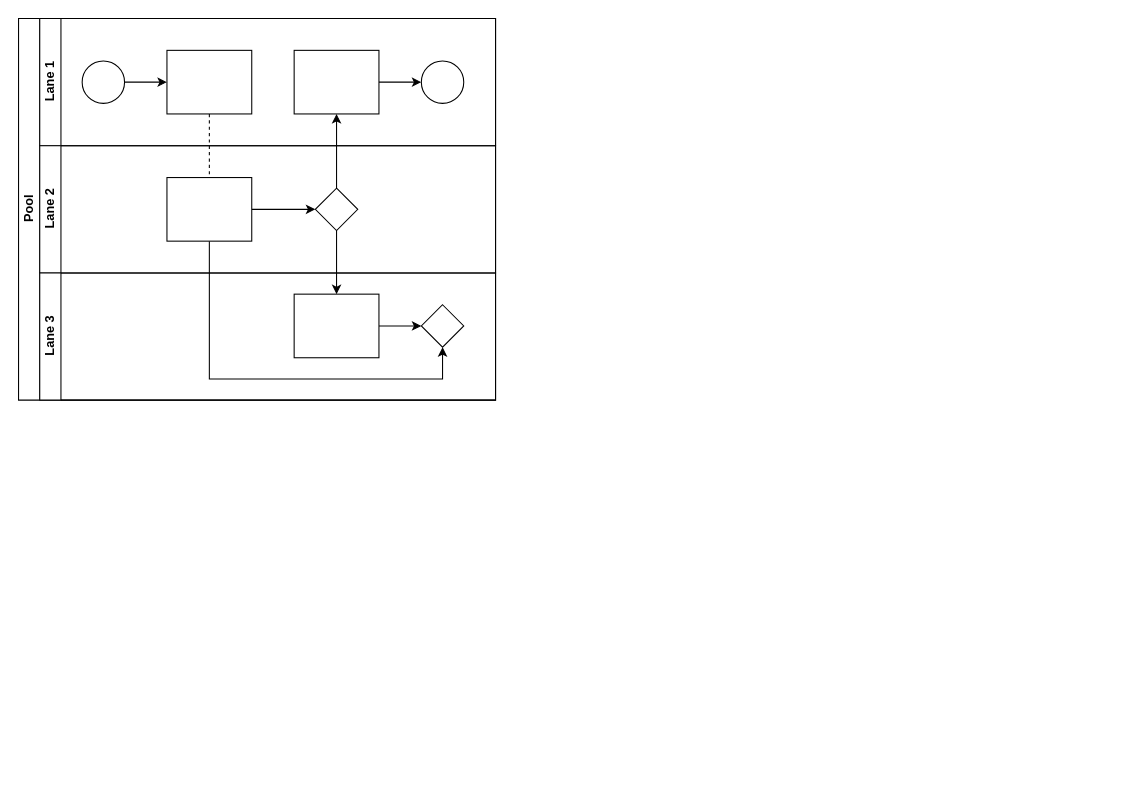
Before: documentation/Untitled Diagram.drawio in bcgov/nr-enmods-dar, a draw.io diagram. Source tidied: cells renumbered, new cells numbered last; positions are measured from the earlier drawing's top-left corner, leaving out a move shared by most shapes. Both pictures are drawn from the tidied source at 106%, with x=0, y=0 at pixel (18, 18).
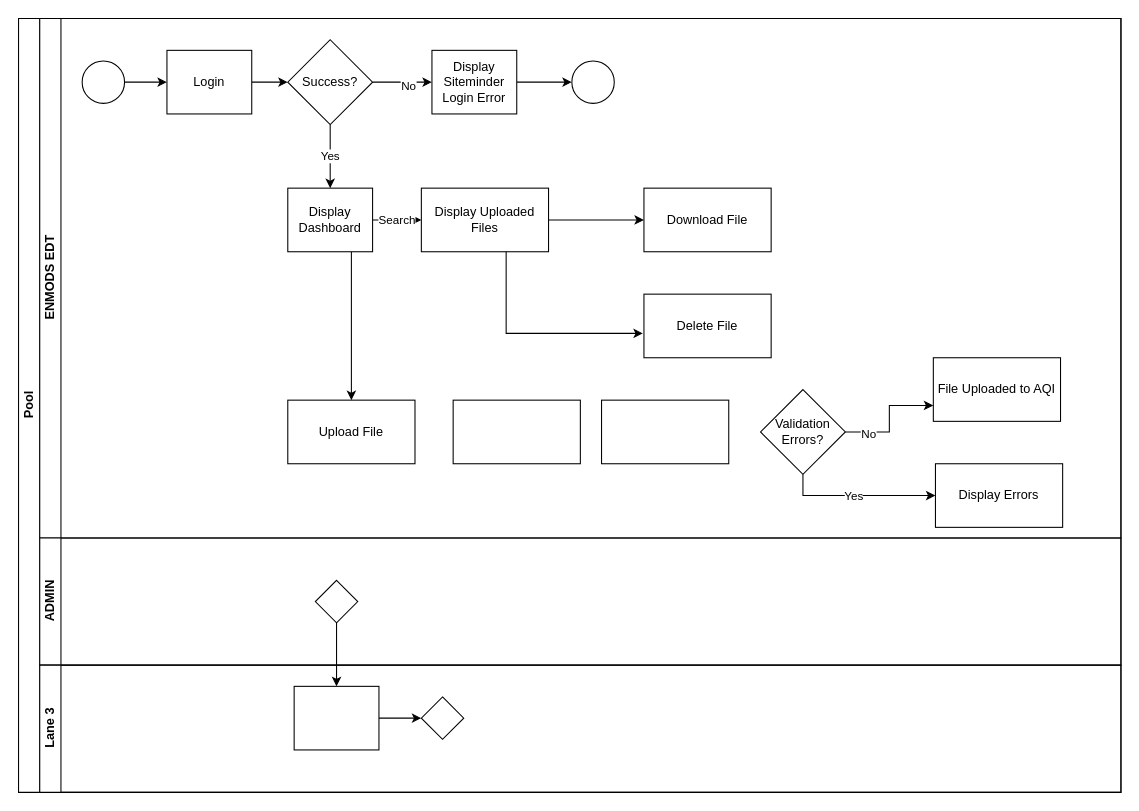
Above is the later version.

The change refers to these unchanged cells:
```xml
<mxCell id="17" style="rhombus;whiteSpace=wrap;html=1;fontFamily=Helvetica;fontSize=12;fontColor=#000000;align=center;" parent="14" vertex="1">
  <mxGeometry x="260" y="40" width="40" height="40" as="geometry" />
</mxCell>
<mxCell id="21" style="rhombus;whiteSpace=wrap;html=1;fontFamily=Helvetica;fontSize=12;fontColor=#000000;align=center;" parent="18" vertex="1">
  <mxGeometry x="360" y="30" width="40" height="40" as="geometry" />
</mxCell>
```

What changed in the source:
```diff
@@
     <mxCell id="2" value="Pool" style="swimlane;html=1;horizontal=0;startSize=20;" parent="1" vertex="1">
-      <mxGeometry width="450" height="360" as="geometry" />
+      <mxGeometry width="1040" height="730" as="geometry" />
     </mxCell>
-    <mxCell id="3" style="edgeStyle=orthogonalEdgeStyle;rounded=0;jettySize=auto;html=1;dashed=1;endArrow=none;endFill=0;" parent="2" edge="1" source="10" target="16">
-      <mxGeometry relative="1" as="geometry" />
-    </mxCell>
-    <mxCell id="4" style="edgeStyle=orthogonalEdgeStyle;rounded=0;jettySize=auto;html=1;endArrow=classic;endFill=1;" parent="2" edge="1" source="17" target="12">
-      <mxGeometry relative="1" as="geometry" />
-    </mxCell>
@@
-    <mxCell id="6" style="edgeStyle=orthogonalEdgeStyle;rounded=0;jettySize=auto;html=1;endArrow=classic;endFill=1;" parent="2" edge="1" source="16" target="21">
-      <mxGeometry relative="1" as="geometry">
-        <Array as="points">
-          <mxPoint x="180" y="340" />
-          <mxPoint x="400" y="340" />
-        </Array>
-      </mxGeometry>
-    </mxCell>
-    <mxCell id="7" value="Lane 1" style="swimlane;html=1;startSize=20;horizontal=0;" parent="2" vertex="1">
-      <mxGeometry x="20" width="430" height="120" as="geometry" />
+    <mxCell id="7" value="ENMODS EDT" style="swimlane;html=1;startSize=20;horizontal=0;" parent="2" vertex="1">
+      <mxGeometry x="20" width="1020" height="490" as="geometry" />
     </mxCell>
@@
+    <mxCell id="22" style="edgeStyle=orthogonalEdgeStyle;rounded=0;jettySize=auto;html=1;entryX=0;entryY=0.5;entryDx=0;entryDy=0;" parent="7" edge="1" source="10" target="26">
+      <mxGeometry relative="1" as="geometry" />
+    </mxCell>
-    <mxCell id="10" style="rounded=0;whiteSpace=wrap;html=1;fontFamily=Helvetica;fontSize=12;fontColor=#000000;align=center;" parent="7" vertex="1">
+    <mxCell id="10" value="Login" style="rounded=0;whiteSpace=wrap;html=1;fontFamily=Helvetica;fontSize=12;fontColor=#000000;align=center;" parent="7" vertex="1">
       <mxGeometry x="120" y="30" width="80" height="60" as="geometry" />
     </mxCell>
@@
-    <mxCell id="12" style="rounded=0;whiteSpace=wrap;html=1;fontFamily=Helvetica;fontSize=12;fontColor=#000000;align=center;" parent="7" vertex="1">
-      <mxGeometry x="240" y="30" width="80" height="60" as="geometry" />
+    <mxCell id="12" value="Display Siteminder Login Error" style="rounded=0;whiteSpace=wrap;html=1;fontFamily=Helvetica;fontSize=12;fontColor=#000000;align=center;" parent="7" vertex="1">
+      <mxGeometry x="370" y="30" width="80" height="60" as="geometry" />
     </mxCell>
     <mxCell id="13" style="ellipse;whiteSpace=wrap;html=1;" parent="7" vertex="1">
-      <mxGeometry x="360" y="40" width="40" height="40" as="geometry" />
+      <mxGeometry x="502" y="40" width="40" height="40" as="geometry" />
     </mxCell>
+    <mxCell id="23" style="edgeStyle=orthogonalEdgeStyle;rounded=0;jettySize=auto;html=1;entryX=0;entryY=0.5;entryDx=0;entryDy=0;" parent="7" edge="1" source="26" target="12">
+      <mxGeometry relative="1" as="geometry" />
+    </mxCell>
+    <mxCell id="24" value="No" style="edgeLabel;html=1;align=center;verticalAlign=middle;" parent="23" vertex="1">
+      <mxGeometry x="0.18" y="-3" relative="1" as="geometry" />
+    </mxCell>
+    <mxCell id="25" value="Yes" style="edgeStyle=orthogonalEdgeStyle;rounded=0;jettySize=auto;html=1;" parent="7" edge="1" source="26" target="16">
+      <mxGeometry relative="1" as="geometry" />
+    </mxCell>
+    <mxCell id="26" value="Success?" style="rhombus;whiteSpace=wrap;html=1;" parent="7" vertex="1">
+      <mxGeometry x="234" y="20" width="80" height="80" as="geometry" />
+    </mxCell>
+    <mxCell id="27" value="Search" style="edgeStyle=orthogonalEdgeStyle;rounded=0;jettySize=auto;html=1;entryX=0;entryY=0.5;entryDx=0;entryDy=0;" parent="7" edge="1" source="16" target="30">
+      <mxGeometry relative="1" as="geometry" />
+    </mxCell>
+    <mxCell id="28" style="edgeStyle=orthogonalEdgeStyle;rounded=0;jettySize=auto;html=1;exitX=0.75;exitY=1;exitDx=0;exitDy=0;" parent="7" edge="1" source="16" target="34">
+      <mxGeometry relative="1" as="geometry" />
+    </mxCell>
+    <mxCell id="16" value="Display Dashboard" style="rounded=0;whiteSpace=wrap;html=1;fontFamily=Helvetica;fontSize=12;fontColor=#000000;align=center;" parent="7" vertex="1">
+      <mxGeometry x="234" y="160" width="80" height="60" as="geometry" />
+    </mxCell>
+    <mxCell id="29" style="edgeStyle=orthogonalEdgeStyle;rounded=0;jettySize=auto;html=1;entryX=0;entryY=0.5;entryDx=0;entryDy=0;" parent="7" edge="1" source="30" target="32">
+      <mxGeometry relative="1" as="geometry" />
+    </mxCell>
+    <mxCell id="30" value="Display Uploaded Files" style="rounded=0;whiteSpace=wrap;html=1;" parent="7" vertex="1">
+      <mxGeometry x="360" y="160" width="120" height="60" as="geometry" />
+    </mxCell>
+    <mxCell id="31" value="Delete File" style="rounded=0;whiteSpace=wrap;html=1;" parent="7" vertex="1">
+      <mxGeometry x="570" y="260" width="120" height="60" as="geometry" />
+    </mxCell>
+    <mxCell id="32" value="Download File" style="rounded=0;whiteSpace=wrap;html=1;" parent="7" vertex="1">
+      <mxGeometry x="570" y="160" width="120" height="60" as="geometry" />
+    </mxCell>
+    <mxCell id="33" style="edgeStyle=orthogonalEdgeStyle;rounded=0;jettySize=auto;html=1;entryX=-0.008;entryY=0.617;entryDx=0;entryDy=0;entryPerimeter=0;" parent="7" edge="1" source="30" target="31">
+      <mxGeometry relative="1" as="geometry">
+        <Array as="points">
+          <mxPoint x="440" y="297" />
+        </Array>
+      </mxGeometry>
+    </mxCell>
+    <mxCell id="34" value="Upload File" style="rounded=0;whiteSpace=wrap;html=1;" parent="7" vertex="1">
+      <mxGeometry x="234" y="360" width="120" height="60" as="geometry" />
+    </mxCell>
+    <mxCell id="35" style="edgeStyle=orthogonalEdgeStyle;rounded=0;jettySize=auto;html=1;entryX=0;entryY=0.75;entryDx=0;entryDy=0;" parent="7" edge="1" source="39" target="41">
+      <mxGeometry relative="1" as="geometry" />
+    </mxCell>
+    <mxCell id="36" value="No" style="edgeLabel;html=1;align=center;verticalAlign=middle;" parent="35" vertex="1">
+      <mxGeometry x="-0.61" y="-1" relative="1" as="geometry" />
+    </mxCell>
+    <mxCell id="37" style="edgeStyle=orthogonalEdgeStyle;rounded=0;jettySize=auto;html=1;" parent="7" edge="1" source="39" target="40">
+      <mxGeometry relative="1" as="geometry">
+        <Array as="points">
+          <mxPoint x="720" y="450" />
+        </Array>
+      </mxGeometry>
+    </mxCell>
+    <mxCell id="38" value="Yes" style="edgeLabel;html=1;align=center;verticalAlign=middle;" parent="37" vertex="1">
+      <mxGeometry x="-0.08" relative="1" as="geometry" />
+    </mxCell>
+    <mxCell id="39" value="Validation Errors?" style="rhombus;whiteSpace=wrap;html=1;" parent="7" vertex="1">
+      <mxGeometry x="680" y="350" width="80" height="80" as="geometry" />
+    </mxCell>
+    <mxCell id="40" value="Display Errors" style="rounded=0;whiteSpace=wrap;html=1;" parent="7" vertex="1">
+      <mxGeometry x="845" y="420" width="120" height="60" as="geometry" />
+    </mxCell>
+    <mxCell id="41" value="File Uploaded to AQI" style="rounded=0;whiteSpace=wrap;html=1;" parent="7" vertex="1">
+      <mxGeometry x="843" y="320" width="120" height="60" as="geometry" />
+    </mxCell>
+    <mxCell id="42" style="rounded=0;whiteSpace=wrap;html=1;" parent="7" vertex="1">
+      <mxGeometry x="390" y="360" width="120" height="60" as="geometry" />
+    </mxCell>
+    <mxCell id="43" style="rounded=0;whiteSpace=wrap;html=1;" parent="7" vertex="1">
+      <mxGeometry x="530" y="360" width="120" height="60" as="geometry" />
+    </mxCell>
-    <mxCell id="14" value="Lane 2" style="swimlane;html=1;startSize=20;horizontal=0;" parent="2" vertex="1">
-      <mxGeometry x="20" y="120" width="430" height="120" as="geometry" />
+    <mxCell id="14" value="ADMIN" style="swimlane;html=1;startSize=20;horizontal=0;" parent="2" vertex="1">
+      <mxGeometry x="20" y="490" width="1020" height="120" as="geometry" />
     </mxCell>
-    <mxCell id="15" style="edgeStyle=orthogonalEdgeStyle;rounded=0;jettySize=auto;html=1;endArrow=classic;endFill=1;" parent="14" edge="1" source="16" target="17">
-      <mxGeometry relative="1" as="geometry" />
-    </mxCell>
-    <mxCell id="16" style="rounded=0;whiteSpace=wrap;html=1;fontFamily=Helvetica;fontSize=12;fontColor=#000000;align=center;" parent="14" vertex="1">
-      <mxGeometry x="120" y="30" width="80" height="60" as="geometry" />
-    </mxCell>
@@
     <mxCell id="18" value="Lane 3" style="swimlane;html=1;startSize=20;horizontal=0;" parent="2" vertex="1">
-      <mxGeometry x="20" y="240" width="430" height="120" as="geometry" />
+      <mxGeometry x="20" y="610" width="1020" height="120" as="geometry" />
     </mxCell>
```
